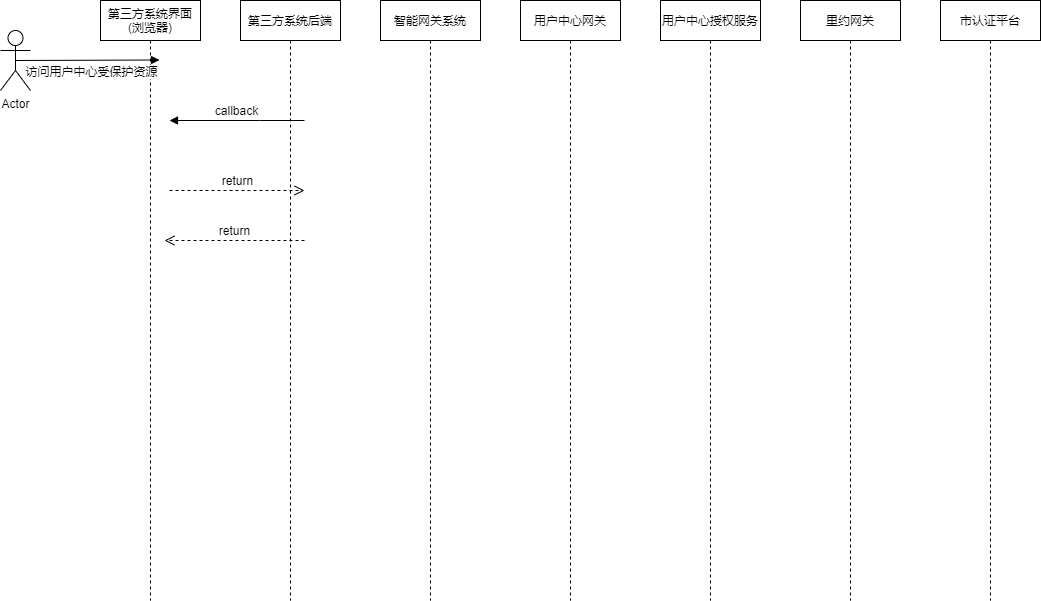
Before: 市认证登录时序图.png, a diagram exported from draw.io (lsdu0/drawio). Source tidied: cells renumbered, new cells last; positions are measured from the earlier drawing's top-left corner, leaving out a move shared by most shapes.
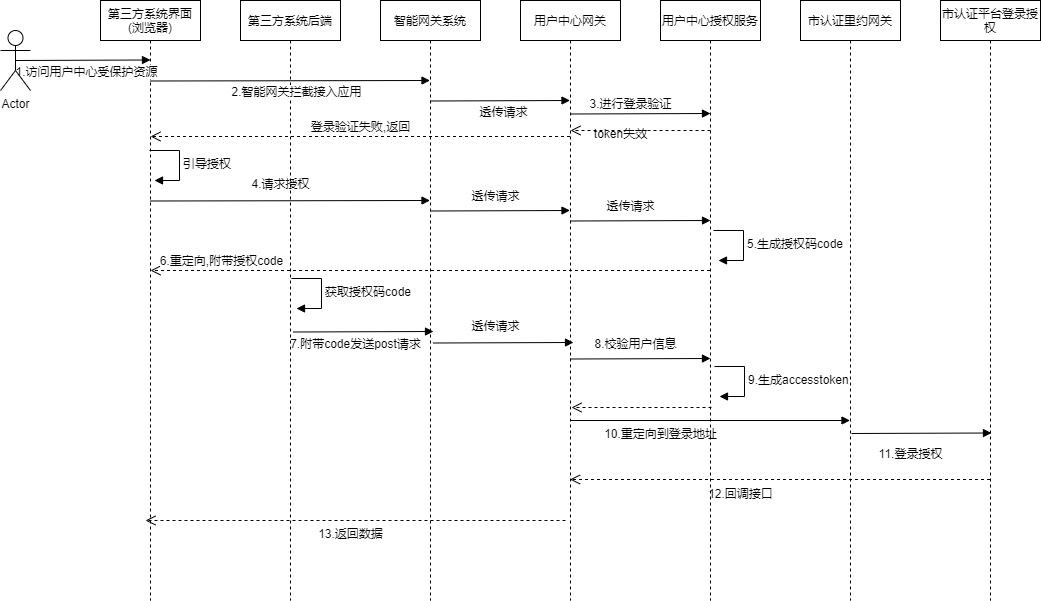
Later version of the same file.

Commit message:
Update 市认证登录时序图.png

What changed in the source:
```diff
@@ -5,45 +5,31 @@
     <mxCell id="2" value="第三方系统界面(浏览器)" style="shape=umlLifeline;perimeter=lifelinePerimeter;whiteSpace=wrap;html=1;newEdgeStyle={&quot;edgeStyle&quot;:&quot;elbowEdgeStyle&quot;,&quot;elbow&quot;:&quot;vertical&quot;,&quot;curved&quot;:0,&quot;rounded&quot;:0};" parent="1" vertex="1">
       <mxGeometry x="100" width="100" height="600" as="geometry" />
     </mxCell>
+    <mxCell id="14" value="引导授权" style="html=1;align=left;spacingLeft=2;endArrow=block;rounded=0;edgeStyle=orthogonalEdgeStyle;curved=0;rounded=0;" parent="2" edge="1">
+      <mxGeometry relative="1" as="geometry">
+        <mxPoint x="49" y="150" as="sourcePoint" />
+        <mxPoint x="54" y="180" as="targetPoint" />
+        <Array as="points">
+          <mxPoint x="79" y="180" />
+        </Array>
+      </mxGeometry>
+    </mxCell>
     <mxCell id="3" value="第三方系统后端" style="shape=umlLifeline;perimeter=lifelinePerimeter;whiteSpace=wrap;html=1;newEdgeStyle={&quot;edgeStyle&quot;:&quot;elbowEdgeStyle&quot;,&quot;elbow&quot;:&quot;vertical&quot;,&quot;curved&quot;:0,&quot;rounded&quot;:0};" parent="1" vertex="1">
       <mxGeometry x="240" width="100" height="600" as="geometry" />
     </mxCell>
-    <mxCell id="4" value="访问用户中心受保护资源" style="html=1;verticalAlign=bottom;endArrow=block;edgeStyle=elbowEdgeStyle;elbow=vertical;curved=0;rounded=0;exitX=0.5;exitY=0.5;exitDx=0;exitDy=0;exitPerimeter=0;" parent="1" edge="1" source="11">
-      <mxGeometry x="0.04" y="-20" relative="1" as="geometry">
-        <mxPoint x="159" y="60" as="targetPoint" />
+    <mxCell id="4" value="1.访问用户中心受保护资源" style="html=1;verticalAlign=bottom;endArrow=block;edgeStyle=elbowEdgeStyle;elbow=vertical;curved=0;rounded=0;exitX=0.5;exitY=0.5;exitDx=0;exitDy=0;exitPerimeter=0;" parent="1" edge="1" source="11">
+      <mxGeometry x="0.04" y="-21" relative="1" as="geometry">
+        <mxPoint x="150" y="60" as="targetPoint" />
         <Array as="points">
           <mxPoint x="154" y="59.5" />
         </Array>
-        <mxPoint y="1" as="offset" />
       </mxGeometry>
     </mxCell>
-    <mxCell id="5" value="return" style="html=1;verticalAlign=bottom;endArrow=open;dashed=1;endSize=8;edgeStyle=elbowEdgeStyle;elbow=vertical;curved=0;rounded=0;" parent="1" edge="1">
+    <mxCell id="5" style="html=1;verticalAlign=bottom;endArrow=open;dashed=1;endSize=8;edgeStyle=elbowEdgeStyle;elbow=vertical;curved=0;rounded=0;" parent="1" edge="1" source="10">
       <mxGeometry relative="1" as="geometry">
-        <mxPoint x="304" y="240" as="sourcePoint" />
-        <mxPoint x="164" y="240" as="targetPoint" />
-        <Array as="points">
-          <mxPoint x="259" y="240" />
-        </Array>
+        <mxPoint x="150" y="270" as="targetPoint" />
       </mxGeometry>
     </mxCell>
-    <mxCell id="6" value="callback" style="html=1;verticalAlign=bottom;endArrow=block;edgeStyle=elbowEdgeStyle;elbow=vertical;curved=0;rounded=0;" parent="1" edge="1">
-      <mxGeometry relative="1" as="geometry">
-        <mxPoint x="304" y="120" as="sourcePoint" />
-        <mxPoint x="169" y="120" as="targetPoint" />
-        <Array as="points">
-          <mxPoint x="259" y="120" />
-        </Array>
-      </mxGeometry>
-    </mxCell>
-    <mxCell id="7" value="return" style="html=1;verticalAlign=bottom;endArrow=open;dashed=1;endSize=8;edgeStyle=elbowEdgeStyle;elbow=vertical;curved=0;rounded=0;" parent="1" edge="1">
-      <mxGeometry relative="1" as="geometry">
-        <mxPoint x="169" y="190" as="sourcePoint" />
-        <mxPoint x="304" y="190" as="targetPoint" />
-        <Array as="points">
-          <mxPoint x="249" y="190" />
-        </Array>
-      </mxGeometry>
-    </mxCell>
     <mxCell id="8" value="智能网关系统" style="shape=umlLifeline;perimeter=lifelinePerimeter;whiteSpace=wrap;html=1;outlineConnect=0;portConstraint=eastwest;newEdgeStyle={&quot;edgeStyle&quot;:&quot;elbowEdgeStyle&quot;,&quot;elbow&quot;:&quot;vertical&quot;,&quot;curved&quot;:0,&quot;rounded&quot;:0};" parent="1" vertex="1">
       <mxGeometry x="380" width="100" height="600" as="geometry" />
     </mxCell>
@@ -56,11 +42,198 @@
     <mxCell id="11" value="Actor" style="shape=umlActor;verticalLabelPosition=bottom;verticalAlign=top;html=1;outlineConnect=0;" parent="1" vertex="1">
       <mxGeometry y="30" width="30" height="60" as="geometry" />
     </mxCell>
-    <mxCell id="12" value="里约网关" style="shape=umlLifeline;perimeter=lifelinePerimeter;whiteSpace=wrap;html=1;outlineConnect=0;portConstraint=eastwest;newEdgeStyle={&quot;edgeStyle&quot;:&quot;elbowEdgeStyle&quot;,&quot;elbow&quot;:&quot;vertical&quot;,&quot;curved&quot;:0,&quot;rounded&quot;:0};" parent="1" vertex="1">
+    <mxCell id="12" value="市认证里约网关" style="shape=umlLifeline;perimeter=lifelinePerimeter;whiteSpace=wrap;html=1;outlineConnect=0;portConstraint=eastwest;newEdgeStyle={&quot;edgeStyle&quot;:&quot;elbowEdgeStyle&quot;,&quot;elbow&quot;:&quot;vertical&quot;,&quot;curved&quot;:0,&quot;rounded&quot;:0};" parent="1" vertex="1">
       <mxGeometry x="800" width="100" height="600" as="geometry" />
     </mxCell>
-    <mxCell id="13" value="市认证平台" style="shape=umlLifeline;perimeter=lifelinePerimeter;whiteSpace=wrap;html=1;newEdgeStyle={&quot;edgeStyle&quot;:&quot;elbowEdgeStyle&quot;,&quot;elbow&quot;:&quot;vertical&quot;,&quot;curved&quot;:0,&quot;rounded&quot;:0};" parent="1" vertex="1">
+    <mxCell id="13" value="市认证平台登录授权" style="shape=umlLifeline;perimeter=lifelinePerimeter;whiteSpace=wrap;html=1;newEdgeStyle={&quot;edgeStyle&quot;:&quot;elbowEdgeStyle&quot;,&quot;elbow&quot;:&quot;vertical&quot;,&quot;curved&quot;:0,&quot;rounded&quot;:0};" parent="1" vertex="1">
       <mxGeometry x="940" width="100" height="600" as="geometry" />
     </mxCell>
+    <mxCell id="15" value="2.智能网关拦截接入应用" style="html=1;verticalAlign=bottom;endArrow=block;edgeStyle=elbowEdgeStyle;elbow=vertical;curved=0;rounded=0;exitX=0.5;exitY=0.5;exitDx=0;exitDy=0;exitPerimeter=0;" parent="1" edge="1" target="8">
+      <mxGeometry x="0.04" y="-20" relative="1" as="geometry">
+        <mxPoint x="150" y="80.5" as="sourcePoint" />
+        <Array as="points">
+          <mxPoint x="289" y="80" />
+        </Array>
+        <mxPoint y="1" as="offset" />
+      </mxGeometry>
+    </mxCell>
+    <mxCell id="16" value="&lt;span style=&quot;font-size: 12px; background-color: rgb(251, 251, 251);&quot;&gt;透传请求&lt;/span&gt;" style="html=1;verticalAlign=bottom;endArrow=block;edgeStyle=elbowEdgeStyle;elbow=vertical;curved=0;rounded=0;exitX=0.5;exitY=0.5;exitDx=0;exitDy=0;exitPerimeter=0;" parent="1" edge="1" target="9">
+      <mxGeometry x="0.04" y="-21" relative="1" as="geometry">
+        <mxPoint x="430" y="100.5" as="sourcePoint" />
+        <Array as="points">
+          <mxPoint x="569" y="100" />
+        </Array>
+      </mxGeometry>
+    </mxCell>
+    <mxCell id="17" style="html=1;verticalAlign=bottom;endArrow=block;edgeStyle=elbowEdgeStyle;elbow=vertical;curved=0;rounded=0;exitX=0.5;exitY=0.5;exitDx=0;exitDy=0;exitPerimeter=0;" parent="1" edge="1" target="9">
+      <mxGeometry x="0.01" y="-40" relative="1" as="geometry">
+        <mxPoint x="430" y="210.5" as="sourcePoint" />
+        <Array as="points">
+          <mxPoint x="318" y="210" />
+        </Array>
+      </mxGeometry>
+    </mxCell>
+    <mxCell id="18" value="登录验证失败,返回" style="html=1;verticalAlign=bottom;endArrow=open;dashed=1;endSize=8;edgeStyle=elbowEdgeStyle;elbow=horizontal;curved=0;rounded=0;" parent="1" edge="1">
+      <mxGeometry relative="1" as="geometry">
+        <mxPoint x="569.5" y="136" as="sourcePoint" />
+        <mxPoint x="150" y="136" as="targetPoint" />
+      </mxGeometry>
+    </mxCell>
+    <mxCell id="19" value="6.重定向,附带授权code" style="html=1;verticalAlign=bottom;endArrow=block;edgeStyle=elbowEdgeStyle;elbow=vertical;curved=0;rounded=0;exitX=0.5;exitY=0.5;exitDx=0;exitDy=0;exitPerimeter=0;" parent="1" edge="1" target="8">
+      <mxGeometry x="-0.5" y="-70" relative="1" as="geometry">
+        <mxPoint x="150" y="200.5" as="sourcePoint" />
+        <Array as="points">
+          <mxPoint x="289" y="200" />
+        </Array>
+      </mxGeometry>
+    </mxCell>
+    <mxCell id="20" value="4.请求授权" style="text;html=1;align=center;verticalAlign=middle;strokeColor=none;fillColor=none;" parent="1" vertex="1">
+      <mxGeometry x="240" y="168" width="80" height="30" as="geometry" />
+    </mxCell>
+    <mxCell id="21" style="html=1;verticalAlign=bottom;endArrow=block;edgeStyle=elbowEdgeStyle;elbow=vertical;curved=0;rounded=0;exitX=0.5;exitY=0.5;exitDx=0;exitDy=0;exitPerimeter=0;" parent="1" edge="1">
+      <mxGeometry x="0.01" y="-40" relative="1" as="geometry">
+        <mxPoint x="570" y="220.5" as="sourcePoint" />
+        <mxPoint x="710" y="220" as="targetPoint" />
+        <Array as="points">
+          <mxPoint x="458" y="220" />
+        </Array>
+      </mxGeometry>
+    </mxCell>
+    <mxCell id="22" value="5.生成授权码code" style="html=1;align=left;spacingLeft=2;endArrow=block;rounded=0;edgeStyle=orthogonalEdgeStyle;curved=0;rounded=0;" parent="1" edge="1">
+      <mxGeometry x="0.01" relative="1" as="geometry">
+        <mxPoint x="713" y="230" as="sourcePoint" />
+        <mxPoint x="718" y="260" as="targetPoint" />
+        <Array as="points">
+          <mxPoint x="743" y="260" />
+        </Array>
+      </mxGeometry>
+    </mxCell>
+    <mxCell id="23" style="html=1;verticalAlign=bottom;endArrow=block;edgeStyle=elbowEdgeStyle;elbow=vertical;curved=0;rounded=0;exitX=0.5;exitY=0.5;exitDx=0;exitDy=0;exitPerimeter=0;" parent="1" edge="1">
+      <mxGeometry x="0.01" y="-40" relative="1" as="geometry">
+        <mxPoint x="570" y="113.5" as="sourcePoint" />
+        <mxPoint x="710" y="113" as="targetPoint" />
+        <Array as="points">
+          <mxPoint x="458" y="113" />
+        </Array>
+      </mxGeometry>
+    </mxCell>
+    <mxCell id="24" value="获取授权码code" style="html=1;align=left;spacingLeft=2;endArrow=block;rounded=0;edgeStyle=orthogonalEdgeStyle;curved=0;rounded=0;" parent="1" edge="1">
+      <mxGeometry relative="1" as="geometry">
+        <mxPoint x="291" y="278" as="sourcePoint" />
+        <mxPoint x="296" y="308" as="targetPoint" />
+        <Array as="points">
+          <mxPoint x="321" y="308" />
+        </Array>
+      </mxGeometry>
+    </mxCell>
+    <mxCell id="25" style="html=1;verticalAlign=bottom;endArrow=block;edgeStyle=elbowEdgeStyle;elbow=vertical;curved=0;rounded=0;exitX=0.5;exitY=0.5;exitDx=0;exitDy=0;exitPerimeter=0;" parent="1" edge="1">
+      <mxGeometry x="0.01" y="-40" relative="1" as="geometry">
+        <mxPoint x="293" y="331.5" as="sourcePoint" />
+        <mxPoint x="433" y="331" as="targetPoint" />
+        <Array as="points">
+          <mxPoint x="181" y="331" />
+        </Array>
+      </mxGeometry>
+    </mxCell>
+    <mxCell id="26" value="7.附带code发送post请求" style="text;html=1;align=center;verticalAlign=middle;strokeColor=none;fillColor=none;" parent="1" vertex="1">
+      <mxGeometry x="280" y="328" width="150" height="30" as="geometry" />
+    </mxCell>
+    <mxCell id="27" style="html=1;verticalAlign=bottom;endArrow=block;edgeStyle=elbowEdgeStyle;elbow=vertical;curved=0;rounded=0;exitX=0.5;exitY=0.5;exitDx=0;exitDy=0;exitPerimeter=0;" parent="1" edge="1">
+      <mxGeometry x="0.01" y="-40" relative="1" as="geometry">
+        <mxPoint x="433" y="342.5" as="sourcePoint" />
+        <mxPoint x="573" y="342" as="targetPoint" />
+        <Array as="points">
+          <mxPoint x="321" y="342" />
+        </Array>
+      </mxGeometry>
+    </mxCell>
+    <mxCell id="28" value="&lt;span style=&quot;font-size: 11px; background-color: rgb(255, 255, 255);&quot;&gt;3.进行登录验证&lt;/span&gt;" style="text;html=1;align=center;verticalAlign=middle;strokeColor=none;fillColor=none;" parent="1" vertex="1">
+      <mxGeometry x="575" y="88" width="110" height="30" as="geometry" />
+    </mxCell>
+    <mxCell id="29" value="透传请求" style="text;html=1;align=center;verticalAlign=middle;strokeColor=none;fillColor=none;" parent="1" vertex="1">
+      <mxGeometry x="595" y="190" width="70" height="30" as="geometry" />
+    </mxCell>
+    <mxCell id="30" value="透传请求" style="text;html=1;align=center;verticalAlign=middle;strokeColor=none;fillColor=none;" parent="1" vertex="1">
+      <mxGeometry x="460" y="180" width="70" height="30" as="geometry" />
+    </mxCell>
+    <mxCell id="31" value="透传请求" style="text;html=1;align=center;verticalAlign=middle;strokeColor=none;fillColor=none;" parent="1" vertex="1">
+      <mxGeometry x="460" y="310" width="70" height="30" as="geometry" />
+    </mxCell>
+    <mxCell id="32" style="html=1;verticalAlign=bottom;endArrow=block;edgeStyle=elbowEdgeStyle;elbow=vertical;curved=0;rounded=0;exitX=0.5;exitY=0.5;exitDx=0;exitDy=0;exitPerimeter=0;" parent="1" edge="1">
+      <mxGeometry x="0.01" y="-40" relative="1" as="geometry">
+        <mxPoint x="570" y="358.5" as="sourcePoint" />
+        <mxPoint x="710" y="358" as="targetPoint" />
+        <Array as="points">
+          <mxPoint x="458" y="358" />
+        </Array>
+      </mxGeometry>
+    </mxCell>
+    <mxCell id="33" value="8.校验用户信息" style="text;html=1;align=center;verticalAlign=middle;strokeColor=none;fillColor=none;" parent="1" vertex="1">
+      <mxGeometry x="580" y="328" width="110" height="30" as="geometry" />
+    </mxCell>
+    <mxCell id="34" style="html=1;verticalAlign=bottom;endArrow=block;edgeStyle=elbowEdgeStyle;elbow=vertical;curved=0;rounded=0;" parent="1" edge="1" source="10" target="12">
+      <mxGeometry x="0.01" y="-40" relative="1" as="geometry">
+        <Array as="points">
+          <mxPoint x="570" y="420" />
+        </Array>
+      </mxGeometry>
+    </mxCell>
+    <mxCell id="35" style="html=1;verticalAlign=bottom;endArrow=open;dashed=1;endSize=8;edgeStyle=elbowEdgeStyle;elbow=vertical;curved=0;rounded=0;" parent="1" edge="1">
+      <mxGeometry relative="1" as="geometry">
+        <mxPoint x="710" y="130" as="sourcePoint" />
+        <mxPoint x="570" y="130" as="targetPoint" />
+      </mxGeometry>
+    </mxCell>
+    <mxCell id="36" value="token失效" style="text;html=1;align=center;verticalAlign=middle;strokeColor=none;fillColor=none;" parent="1" vertex="1">
+      <mxGeometry x="580" y="118" width="80" height="30" as="geometry" />
+    </mxCell>
+    <mxCell id="37" value="9.生成accesstoken" style="html=1;align=left;spacingLeft=2;endArrow=block;rounded=0;edgeStyle=orthogonalEdgeStyle;curved=0;rounded=0;" parent="1" edge="1">
+      <mxGeometry x="0.01" relative="1" as="geometry">
+        <mxPoint x="714" y="366" as="sourcePoint" />
+        <mxPoint x="719" y="396" as="targetPoint" />
+        <Array as="points">
+          <mxPoint x="744" y="396" />
+        </Array>
+      </mxGeometry>
+    </mxCell>
+    <mxCell id="38" style="html=1;verticalAlign=bottom;endArrow=open;dashed=1;endSize=8;edgeStyle=elbowEdgeStyle;elbow=vertical;curved=0;rounded=0;" parent="1" edge="1">
+      <mxGeometry relative="1" as="geometry">
+        <mxPoint x="711" y="407" as="sourcePoint" />
+        <mxPoint x="571" y="407" as="targetPoint" />
+      </mxGeometry>
+    </mxCell>
+    <mxCell id="39" value="10.重定向到登录地址" style="text;html=1;align=center;verticalAlign=middle;strokeColor=none;fillColor=none;" parent="1" vertex="1">
+      <mxGeometry x="590" y="418" width="140" height="30" as="geometry" />
+    </mxCell>
+    <mxCell id="40" style="html=1;verticalAlign=bottom;endArrow=block;edgeStyle=elbowEdgeStyle;elbow=vertical;curved=0;rounded=0;exitX=0.5;exitY=0.5;exitDx=0;exitDy=0;exitPerimeter=0;" parent="1" edge="1">
+      <mxGeometry x="0.01" y="-40" relative="1" as="geometry">
+        <mxPoint x="851" y="433" as="sourcePoint" />
+        <mxPoint x="991" y="432.5" as="targetPoint" />
+        <Array as="points">
+          <mxPoint x="739" y="432.5" />
+        </Array>
+      </mxGeometry>
+    </mxCell>
+    <mxCell id="41" value="11.登录授权" style="text;html=1;align=center;verticalAlign=middle;strokeColor=none;fillColor=none;" parent="1" vertex="1">
+      <mxGeometry x="865" y="438" width="90" height="30" as="geometry" />
+    </mxCell>
+    <mxCell id="42" style="html=1;verticalAlign=bottom;endArrow=open;dashed=1;endSize=8;edgeStyle=elbowEdgeStyle;elbow=vertical;curved=0;rounded=0;" parent="1" edge="1">
+      <mxGeometry relative="1" as="geometry">
+        <mxPoint x="989.5" y="479" as="sourcePoint" />
+        <mxPoint x="569.5" y="479" as="targetPoint" />
+      </mxGeometry>
+    </mxCell>
+    <mxCell id="43" value="12.回调接口" style="text;html=1;align=center;verticalAlign=middle;strokeColor=none;fillColor=none;" parent="1" vertex="1">
+      <mxGeometry x="695" y="478" width="90" height="30" as="geometry" />
+    </mxCell>
+    <mxCell id="44" style="html=1;verticalAlign=bottom;endArrow=open;dashed=1;endSize=8;edgeStyle=elbowEdgeStyle;elbow=vertical;curved=0;rounded=0;" parent="1" edge="1">
+      <mxGeometry relative="1" as="geometry">
+        <mxPoint x="565" y="520" as="sourcePoint" />
+        <mxPoint x="145" y="520" as="targetPoint" />
+      </mxGeometry>
+    </mxCell>
+    <mxCell id="45" value="13.返回数据" style="text;html=1;align=center;verticalAlign=middle;strokeColor=none;fillColor=none;" parent="1" vertex="1">
+      <mxGeometry x="305" y="518" width="90" height="30" as="geometry" />
+    </mxCell>
   </root>
 </mxGraphModel>
```
